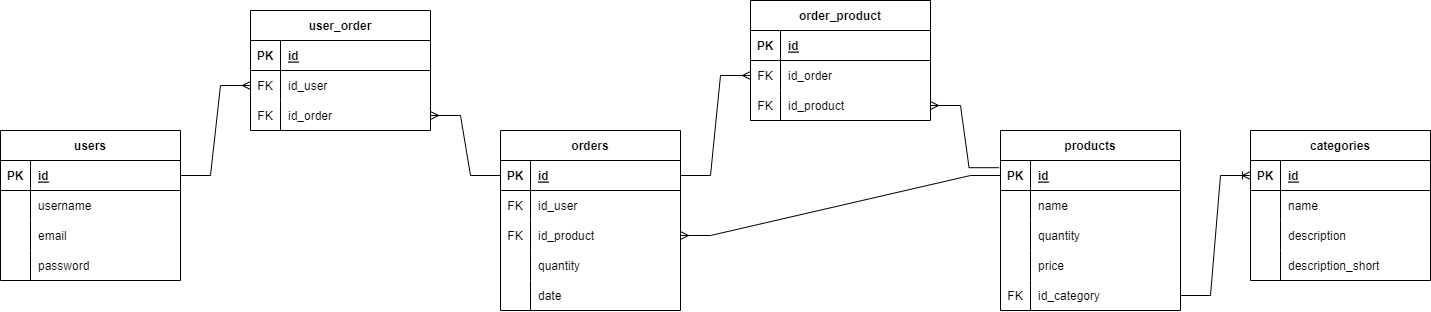
V123in4/skilvul-backend-bootcamp-assignment keeps this draw.io diagram as TPA004/ERD.png. Above is the earlier version. Source tidied: cells renumbered, new cells last; positions are measured from the earlier drawing's top-left corner, leaving out a move shared by most shapes.
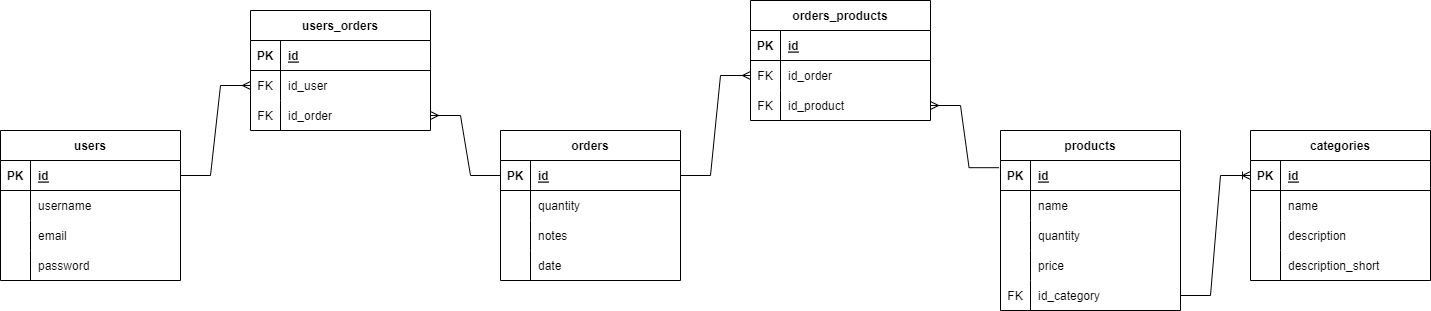
After the change.

Diff of the diagram source:
```diff
@@ -90,7 +90,7 @@
       <mxGeometry x="30" width="150" height="30" as="geometry" />
     </mxCell>
     <mxCell id="31" value="orders" style="shape=table;startSize=30;rowLines=0;fontStyle=1;align=center;" parent="1" vertex="1">
-      <mxGeometry x="500" y="130" width="180" height="180" as="geometry" />
+      <mxGeometry x="500" y="130" width="180" height="150" as="geometry" />
     </mxCell>
     <mxCell id="32" style="shape=tableRow;horizontal=0;startSize=0;swimlaneHead=0;swimlaneBody=0;fillColor=none;points=[[0,0.5],[1,0.5]];portConstraint=eastwest;top=0;left=0;right=0;bottom=1;" parent="31" vertex="1">
       <mxGeometry y="30" width="180" height="30" as="geometry" />
@@ -101,26 +101,8 @@
     <mxCell id="34" value="id" style="shape=partialRectangle;fillColor=none;top=0;left=0;bottom=0;right=0;align=left;spacingLeft=6;fontStyle=5;overflow=hidden;" parent="32" vertex="1">
       <mxGeometry x="30" width="150" height="30" as="geometry" />
     </mxCell>
-    <mxCell id="35" style="shape=tableRow;horizontal=0;startSize=0;swimlaneHead=0;swimlaneBody=0;fillColor=none;top=0;left=0;right=0;bottom=0;" parent="31" vertex="1">
-      <mxGeometry y="60" width="180" height="30" as="geometry" />
-    </mxCell>
-    <mxCell id="36" value="FK" style="shape=partialRectangle;fillColor=none;top=0;left=0;bottom=0;right=0;overflow=hidden;" parent="35" vertex="1">
-      <mxGeometry width="30" height="30" as="geometry" />
-    </mxCell>
-    <mxCell id="37" value="id_user" style="shape=partialRectangle;fillColor=none;top=0;left=0;bottom=0;right=0;align=left;spacingLeft=6;overflow=hidden;" parent="35" vertex="1">
-      <mxGeometry x="30" width="150" height="30" as="geometry" />
-    </mxCell>
-    <mxCell id="38" style="shape=tableRow;horizontal=0;startSize=0;swimlaneHead=0;swimlaneBody=0;fillColor=none;points=[[0,0.5],[1,0.5]];portConstraint=eastwest;top=0;left=0;right=0;bottom=0;" parent="31" vertex="1">
-      <mxGeometry y="90" width="180" height="30" as="geometry" />
-    </mxCell>
-    <mxCell id="39" value="FK" style="shape=partialRectangle;fillColor=none;top=0;left=0;bottom=0;right=0;overflow=hidden;" parent="38" vertex="1">
-      <mxGeometry width="30" height="30" as="geometry" />
-    </mxCell>
-    <mxCell id="40" value="id_product" style="shape=partialRectangle;fillColor=none;top=0;left=0;bottom=0;right=0;align=left;spacingLeft=6;overflow=hidden;" parent="38" vertex="1">
-      <mxGeometry x="30" width="150" height="30" as="geometry" />
-    </mxCell>
     <mxCell id="41" style="shape=tableRow;horizontal=0;startSize=0;swimlaneHead=0;swimlaneBody=0;fillColor=none;top=0;left=0;right=0;bottom=0;" parent="31" vertex="1">
-      <mxGeometry y="120" width="180" height="30" as="geometry" />
+      <mxGeometry y="60" width="180" height="30" as="geometry" />
     </mxCell>
     <mxCell id="42" style="shape=partialRectangle;fillColor=none;top=0;left=0;bottom=0;right=0;overflow=hidden;" parent="41" vertex="1">
       <mxGeometry width="30" height="30" as="geometry" />
@@ -128,8 +110,17 @@
     <mxCell id="43" value="quantity" style="shape=partialRectangle;fillColor=none;top=0;left=0;bottom=0;right=0;align=left;spacingLeft=6;overflow=hidden;" parent="41" vertex="1">
       <mxGeometry x="30" width="150" height="30" as="geometry" />
     </mxCell>
+    <mxCell id="38" style="shape=tableRow;horizontal=0;startSize=0;swimlaneHead=0;swimlaneBody=0;fillColor=none;points=[[0,0.5],[1,0.5]];portConstraint=eastwest;top=0;left=0;right=0;bottom=0;" parent="31" vertex="1">
+      <mxGeometry y="90" width="180" height="30" as="geometry" />
+    </mxCell>
+    <mxCell id="86" style="shape=partialRectangle;fillColor=none;top=0;left=0;bottom=0;right=0;overflow=hidden;" parent="38" vertex="1">
+      <mxGeometry width="30" height="30" as="geometry" />
+    </mxCell>
+    <mxCell id="87" value="notes" style="shape=partialRectangle;fillColor=none;top=0;left=0;bottom=0;right=0;align=left;spacingLeft=6;overflow=hidden;" parent="38" vertex="1">
+      <mxGeometry x="30" width="150" height="30" as="geometry" />
+    </mxCell>
     <mxCell id="44" style="shape=tableRow;horizontal=0;startSize=0;swimlaneHead=0;swimlaneBody=0;fillColor=none;top=0;left=0;right=0;bottom=0;" parent="31" vertex="1">
-      <mxGeometry y="150" width="180" height="30" as="geometry" />
+      <mxGeometry y="120" width="180" height="30" as="geometry" />
     </mxCell>
     <mxCell id="45" style="shape=partialRectangle;fillColor=none;top=0;left=0;bottom=0;right=0;overflow=hidden;" parent="44" vertex="1">
       <mxGeometry width="30" height="30" as="geometry" />
@@ -179,7 +170,7 @@
     <mxCell id="60" style="edgeStyle=entityRelationEdgeStyle;fontSize=12;html=1;endArrow=ERoneToMany;rounded=0;exitX=1;exitY=0.5;exitDx=0;exitDy=0;entryX=0;entryY=0.5;entryDx=0;entryDy=0;" parent="1" edge="1" source="15" target="48">
       <mxGeometry relative="1" as="geometry" />
     </mxCell>
-    <mxCell id="61" value="order_product" style="shape=table;startSize=30;rowLines=0;fontStyle=1;align=center;" parent="1" vertex="1">
+    <mxCell id="61" value="orders_products" style="shape=table;startSize=30;rowLines=0;fontStyle=1;align=center;" parent="1" vertex="1">
       <mxGeometry x="750" width="180" height="120" as="geometry" />
     </mxCell>
     <mxCell id="62" style="shape=tableRow;horizontal=0;startSize=0;swimlaneHead=0;swimlaneBody=0;fillColor=none;top=0;left=0;right=0;bottom=1;" parent="61" vertex="1">
@@ -215,7 +206,7 @@
     <mxCell id="72" style="edgeStyle=entityRelationEdgeStyle;fontSize=12;html=1;endArrow=ERmany;rounded=0;exitX=1;exitY=0.5;exitDx=0;exitDy=0;entryX=0;entryY=0.5;entryDx=0;entryDy=0;" parent="1" edge="1" source="32" target="65">
       <mxGeometry relative="1" as="geometry" />
     </mxCell>
-    <mxCell id="73" value="user_order" style="shape=table;startSize=30;rowLines=0;fontStyle=1;align=center;" parent="1" vertex="1">
+    <mxCell id="73" value="users_orders" style="shape=table;startSize=30;rowLines=0;fontStyle=1;align=center;" parent="1" vertex="1">
       <mxGeometry x="250" y="10" width="180" height="120" as="geometry" />
     </mxCell>
     <mxCell id="74" style="shape=tableRow;horizontal=0;startSize=0;swimlaneHead=0;swimlaneBody=0;fillColor=none;top=0;left=0;right=0;bottom=1;" parent="73" vertex="1">
@@ -251,8 +242,5 @@
     <mxCell id="84" style="edgeStyle=entityRelationEdgeStyle;fontSize=12;html=1;endArrow=ERmany;rounded=0;exitX=0;exitY=0.5;exitDx=0;exitDy=0;entryX=1;entryY=0.5;entryDx=0;entryDy=0;" parent="1" edge="1" source="32" target="80">
       <mxGeometry relative="1" as="geometry" />
     </mxCell>
-    <mxCell id="85" style="edgeStyle=entityRelationEdgeStyle;fontSize=12;html=1;endArrow=ERmany;rounded=0;exitX=0;exitY=0.5;exitDx=0;exitDy=0;entryX=1;entryY=0.5;entryDx=0;entryDy=0;" parent="1" edge="1" source="3" target="38">
-      <mxGeometry relative="1" as="geometry" />
-    </mxCell>
   </root>
 </mxGraphModel>
```
